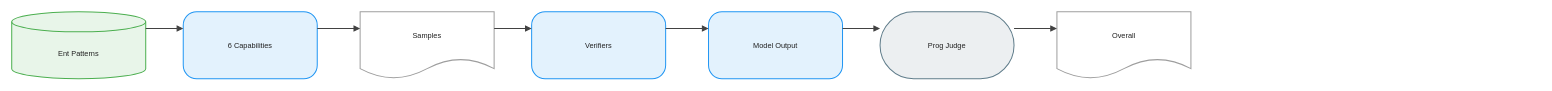
Before: client/public/drawio/FIREBENCH/FIREBENCH.en.drawio in joe1chief/benchmark-hub, a draw.io diagram. Source tidied: cells renumbered, new cells numbered last; positions are measured from the earlier drawing's top-left corner, leaving out a move shared by most shapes. Both pictures are drawn from the tidied source at 67%, with x=0, y=0 at pixel (11, 11).
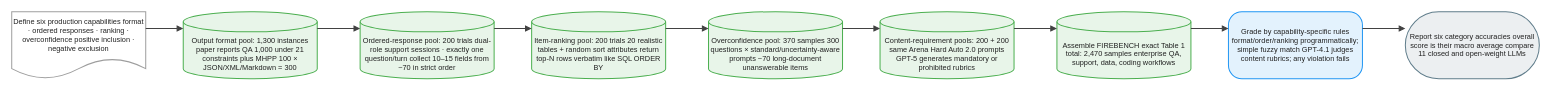
Above is the later version.

What changed in the source:
```diff
@@
 <mxGraphModel background="#FFFFFF">
   <root>
     <mxCell id="0" />
     <mxCell id="1" parent="0" />
-    <mxCell id="2" value="Ent Patterns" style="shape=cylinder3;boundedLbl=1;backgroundOutline=1;size=15;html=1;whiteSpace=wrap;fillColor=#E8F5E9;strokeColor=#4CAF50;strokeWidth=1.5;fontColor=#212121;fontSize=11;fontFamily=Arial, Helvetica, sans-serif;verticalAlign=middle;align=center;" parent="1" vertex="1">
+    <mxCell id="2" value="Define six production capabilities format · ordered responses · ranking · overconfidence positive inclusion · negative exclusion" style="shape=document;boundedLbl=1;html=1;whiteSpace=wrap;fillColor=#FFFFFF;strokeColor=#9E9E9E;strokeWidth=1.5;fontColor=#212121;fontSize=11;fontFamily=Arial, Helvetica, sans-serif;verticalAlign=middle;align=center;" parent="1" vertex="1">
       <mxGeometry width="200" height="100" as="geometry" />
     </mxCell>
-    <mxCell id="3" value="6 Capabilities" style="rounded=1;arcSize=20;html=1;whiteSpace=wrap;fillColor=#E3F2FD;strokeColor=#2196F3;strokeWidth=1.5;fontColor=#212121;fontSize=11;fontFamily=Arial, Helvetica, sans-serif;verticalAlign=middle;align=center;" parent="1" vertex="1">
+    <mxCell id="3" value="Output format pool: 1,300 instances paper reports QA 1,000 under 21 constraints plus MHPP 100 × JSON/XML/Markdown = 300" style="shape=cylinder3;boundedLbl=1;backgroundOutline=1;size=15;html=1;whiteSpace=wrap;fillColor=#E8F5E9;strokeColor=#4CAF50;strokeWidth=1.5;fontColor=#212121;fontSize=11;fontFamily=Arial, Helvetica, sans-serif;verticalAlign=middle;align=center;" parent="1" vertex="1">
       <mxGeometry x="256" width="200" height="100" as="geometry" />
     </mxCell>
-    <mxCell id="4" value="Samples" style="shape=document;boundedLbl=1;html=1;whiteSpace=wrap;fillColor=#FFFFFF;strokeColor=#9E9E9E;strokeWidth=1.5;fontColor=#212121;fontSize=11;fontFamily=Arial, Helvetica, sans-serif;verticalAlign=middle;align=center;" parent="1" vertex="1">
+    <mxCell id="4" value="Ordered-response pool: 200 trials dual-role support sessions · exactly one question/turn collect 10–15 fields from ~70 in strict order" style="shape=cylinder3;boundedLbl=1;backgroundOutline=1;size=15;html=1;whiteSpace=wrap;fillColor=#E8F5E9;strokeColor=#4CAF50;strokeWidth=1.5;fontColor=#212121;fontSize=11;fontFamily=Arial, Helvetica, sans-serif;verticalAlign=middle;align=center;" parent="1" vertex="1">
       <mxGeometry x="520" width="200" height="100" as="geometry" />
     </mxCell>
-    <mxCell id="5" value="Verifiers" style="rounded=1;arcSize=20;html=1;whiteSpace=wrap;fillColor=#E3F2FD;strokeColor=#2196F3;strokeWidth=1.5;fontColor=#212121;fontSize=11;fontFamily=Arial, Helvetica, sans-serif;verticalAlign=middle;align=center;" parent="1" vertex="1">
+    <mxCell id="5" value="Item-ranking pool: 200 trials 20 realistic tables + random sort attributes return top-N rows verbatim like SQL ORDER BY" style="shape=cylinder3;boundedLbl=1;backgroundOutline=1;size=15;html=1;whiteSpace=wrap;fillColor=#E8F5E9;strokeColor=#4CAF50;strokeWidth=1.5;fontColor=#212121;fontSize=11;fontFamily=Arial, Helvetica, sans-serif;verticalAlign=middle;align=center;" parent="1" vertex="1">
       <mxGeometry x="776" width="200" height="100" as="geometry" />
     </mxCell>
-    <mxCell id="6" value="Model Output" style="rounded=1;arcSize=20;html=1;whiteSpace=wrap;fillColor=#E3F2FD;strokeColor=#2196F3;strokeWidth=1.5;fontColor=#212121;fontSize=11;fontFamily=Arial, Helvetica, sans-serif;verticalAlign=middle;align=center;" parent="1" vertex="1">
+    <mxCell id="6" value="Overconfidence pool: 370 samples 300 questions × standard/uncertainty-aware prompts ~70 long-document unanswerable items" style="shape=cylinder3;boundedLbl=1;backgroundOutline=1;size=15;html=1;whiteSpace=wrap;fillColor=#E8F5E9;strokeColor=#4CAF50;strokeWidth=1.5;fontColor=#212121;fontSize=11;fontFamily=Arial, Helvetica, sans-serif;verticalAlign=middle;align=center;" parent="1" vertex="1">
       <mxGeometry x="1040" width="200" height="100" as="geometry" />
     </mxCell>
-    <mxCell id="7" value="Prog Judge" style="rounded=1;arcSize=50;html=1;whiteSpace=wrap;fillColor=#ECEFF1;strokeColor=#607D8B;strokeWidth=1.5;fontColor=#212121;fontSize=11;fontFamily=Arial, Helvetica, sans-serif;verticalAlign=middle;align=center;" parent="1" vertex="1">
+    <mxCell id="7" value="Content-requirement pools: 200 + 200 same Arena Hard Auto 2.0 prompts GPT-5 generates mandatory or prohibited rubrics" style="shape=cylinder3;boundedLbl=1;backgroundOutline=1;size=15;html=1;whiteSpace=wrap;fillColor=#E8F5E9;strokeColor=#4CAF50;strokeWidth=1.5;fontColor=#212121;fontSize=11;fontFamily=Arial, Helvetica, sans-serif;verticalAlign=middle;align=center;" parent="1" vertex="1">
       <mxGeometry x="1296" width="200" height="100" as="geometry" />
     </mxCell>
-    <mxCell id="8" value="Overall" style="shape=document;boundedLbl=1;html=1;whiteSpace=wrap;fillColor=#FFFFFF;strokeColor=#9E9E9E;strokeWidth=1.5;fontColor=#212121;fontSize=11;fontFamily=Arial, Helvetica, sans-serif;verticalAlign=middle;align=center;" parent="1" vertex="1">
+    <mxCell id="8" value="Assemble FIREBENCH exact Table 1 total: 2,470 samples enterprise QA, support, data, coding workflows" style="shape=cylinder3;boundedLbl=1;backgroundOutline=1;size=15;html=1;whiteSpace=wrap;fillColor=#E8F5E9;strokeColor=#4CAF50;strokeWidth=1.5;fontColor=#212121;fontSize=11;fontFamily=Arial, Helvetica, sans-serif;verticalAlign=middle;align=center;" parent="1" vertex="1">
       <mxGeometry x="1560" width="200" height="100" as="geometry" />
     </mxCell>
-    <mxCell id="9" style="edgeStyle=orthogonalEdgeStyle;rounded=0;jettySize=auto;html=1;strokeColor=#424242;strokeWidth=1.5;endArrow=block;endFill=1;exitX=1;exitY=0.25;exitDx=0;exitDy=0;entryX=0;entryY=0.25;entryDx=0;entryDy=0;jumpStyle=arc;jumpSize=8;" parent="1" edge="1" source="2" target="3">
-      <mxGeometry relative="1" as="geometry" />
+    <mxCell id="9" value="Grade by capability-specific rules format/order/ranking programmatically; simple fuzzy match GPT-4.1 judges content rubrics; any violation fails" style="rounded=1;arcSize=20;html=1;whiteSpace=wrap;fillColor=#E3F2FD;strokeColor=#2196F3;strokeWidth=1.5;fontColor=#212121;fontSize=11;fontFamily=Arial, Helvetica, sans-serif;verticalAlign=middle;align=center;" parent="1" vertex="1">
+      <mxGeometry x="1816" width="200" height="100" as="geometry" />
     </mxCell>
-    <mxCell id="10" style="edgeStyle=orthogonalEdgeStyle;rounded=0;jettySize=auto;html=1;strokeColor=#424242;strokeWidth=1.5;endArrow=block;endFill=1;exitX=1;exitY=0.25;exitDx=0;exitDy=0;entryX=0;entryY=0.25;entryDx=0;entryDy=0;jumpStyle=arc;jumpSize=8;" parent="1" edge="1" source="3" target="4">
-      <mxGeometry relative="1" as="geometry" />
+    <mxCell id="10" value="Report six category accuracies overall score is their macro average compare 11 closed and open-weight LLMs" style="rounded=1;arcSize=50;html=1;whiteSpace=wrap;fillColor=#ECEFF1;strokeColor=#607D8B;strokeWidth=1.5;fontColor=#212121;fontSize=11;fontFamily=Arial, Helvetica, sans-serif;verticalAlign=middle;align=center;" parent="1" vertex="1">
+      <mxGeometry x="2080" width="200" height="100" as="geometry" />
     </mxCell>
-    <mxCell id="11" style="edgeStyle=orthogonalEdgeStyle;rounded=0;jettySize=auto;html=1;strokeColor=#424242;strokeWidth=1.5;endArrow=block;endFill=1;exitX=1;exitY=0.25;exitDx=0;exitDy=0;entryX=0;entryY=0.25;entryDx=0;entryDy=0;jumpStyle=arc;jumpSize=8;" parent="1" edge="1" source="4" target="5">
+    <mxCell id="11" style="edgeStyle=orthogonalEdgeStyle;rounded=0;jettySize=auto;html=1;strokeColor=#424242;strokeWidth=1.5;endArrow=block;endFill=1;exitX=1;exitY=0.25;exitDx=0;exitDy=0;entryX=0;entryY=0.25;entryDx=0;entryDy=0;jumpStyle=arc;jumpSize=8;" parent="1" edge="1" source="2" target="3">
       <mxGeometry relative="1" as="geometry" />
     </mxCell>
-    <mxCell id="12" style="edgeStyle=orthogonalEdgeStyle;rounded=0;jettySize=auto;html=1;strokeColor=#424242;strokeWidth=1.5;endArrow=block;endFill=1;exitX=1;exitY=0.25;exitDx=0;exitDy=0;entryX=0;entryY=0.25;entryDx=0;entryDy=0;jumpStyle=arc;jumpSize=8;" parent="1" edge="1" source="5" target="6">
+    <mxCell id="12" style="edgeStyle=orthogonalEdgeStyle;rounded=0;jettySize=auto;html=1;strokeColor=#424242;strokeWidth=1.5;endArrow=block;endFill=1;exitX=1;exitY=0.25;exitDx=0;exitDy=0;entryX=0;entryY=0.25;entryDx=0;entryDy=0;jumpStyle=arc;jumpSize=8;" parent="1" edge="1" source="3" target="4">
       <mxGeometry relative="1" as="geometry" />
     </mxCell>
-    <mxCell id="13" style="edgeStyle=orthogonalEdgeStyle;rounded=0;jettySize=auto;html=1;strokeColor=#424242;strokeWidth=1.5;endArrow=block;endFill=1;exitX=1;exitY=0.25;exitDx=0;exitDy=0;entryX=0;entryY=0.25;entryDx=0;entryDy=0;jumpStyle=arc;jumpSize=8;" parent="1" edge="1" source="6" target="7">
+    <mxCell id="13" style="edgeStyle=orthogonalEdgeStyle;rounded=0;jettySize=auto;html=1;strokeColor=#424242;strokeWidth=1.5;endArrow=block;endFill=1;exitX=1;exitY=0.25;exitDx=0;exitDy=0;entryX=0;entryY=0.25;entryDx=0;entryDy=0;jumpStyle=arc;jumpSize=8;" parent="1" edge="1" source="4" target="5">
       <mxGeometry relative="1" as="geometry" />
     </mxCell>
-    <mxCell id="14" style="edgeStyle=orthogonalEdgeStyle;rounded=0;jettySize=auto;html=1;strokeColor=#424242;strokeWidth=1.5;endArrow=block;endFill=1;exitX=1;exitY=0.25;exitDx=0;exitDy=0;entryX=0;entryY=0.25;entryDx=0;entryDy=0;jumpStyle=arc;jumpSize=8;" parent="1" edge="1" source="7" target="8">
+    <mxCell id="14" style="edgeStyle=orthogonalEdgeStyle;rounded=0;jettySize=auto;html=1;strokeColor=#424242;strokeWidth=1.5;endArrow=block;endFill=1;exitX=1;exitY=0.25;exitDx=0;exitDy=0;entryX=0;entryY=0.25;entryDx=0;entryDy=0;jumpStyle=arc;jumpSize=8;" parent="1" edge="1" source="5" target="6">
       <mxGeometry relative="1" as="geometry" />
     </mxCell>
+    <mxCell id="15" style="edgeStyle=orthogonalEdgeStyle;rounded=0;jettySize=auto;html=1;strokeColor=#424242;strokeWidth=1.5;endArrow=block;endFill=1;exitX=1;exitY=0.25;exitDx=0;exitDy=0;entryX=0;entryY=0.25;entryDx=0;entryDy=0;jumpStyle=arc;jumpSize=8;" parent="1" edge="1" source="6" target="7">
+      <mxGeometry relative="1" as="geometry" />
+    </mxCell>
+    <mxCell id="16" style="edgeStyle=orthogonalEdgeStyle;rounded=0;jettySize=auto;html=1;strokeColor=#424242;strokeWidth=1.5;endArrow=block;endFill=1;exitX=1;exitY=0.25;exitDx=0;exitDy=0;entryX=0;entryY=0.25;entryDx=0;entryDy=0;jumpStyle=arc;jumpSize=8;" parent="1" edge="1" source="7" target="8">
+      <mxGeometry relative="1" as="geometry" />
+    </mxCell>
+    <mxCell id="17" style="edgeStyle=orthogonalEdgeStyle;rounded=0;jettySize=auto;html=1;strokeColor=#424242;strokeWidth=1.5;endArrow=block;endFill=1;exitX=1;exitY=0.25;exitDx=0;exitDy=0;entryX=0;entryY=0.25;entryDx=0;entryDy=0;jumpStyle=arc;jumpSize=8;" parent="1" edge="1" source="8" target="9">
+      <mxGeometry relative="1" as="geometry" />
+    </mxCell>
+    <mxCell id="18" style="edgeStyle=orthogonalEdgeStyle;rounded=0;jettySize=auto;html=1;strokeColor=#424242;strokeWidth=1.5;endArrow=block;endFill=1;exitX=1;exitY=0.25;exitDx=0;exitDy=0;entryX=0;entryY=0.25;entryDx=0;entryDy=0;jumpStyle=arc;jumpSize=8;" parent="1" edge="1" source="9" target="10">
+      <mxGeometry relative="1" as="geometry" />
+    </mxCell>
   </root>
 </mxGraphModel>
```
